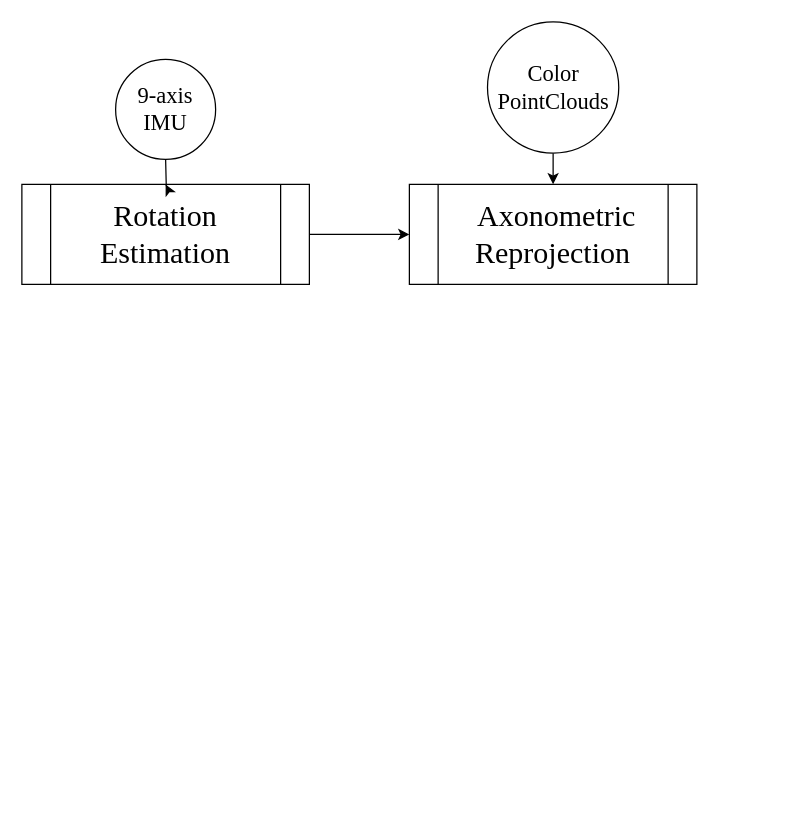
Above: masterthesis.drawio in yangzheng-yz/ni-rgbd-slam (draw.io), before the change. Source tidied: cells renumbered, new cells numbered last; positions are measured from the earlier drawing's top-left corner, leaving out a move shared by most shapes. Both pictures are drawn from the tidied source at 125%, with x=0, y=0 at pixel (21, 21).
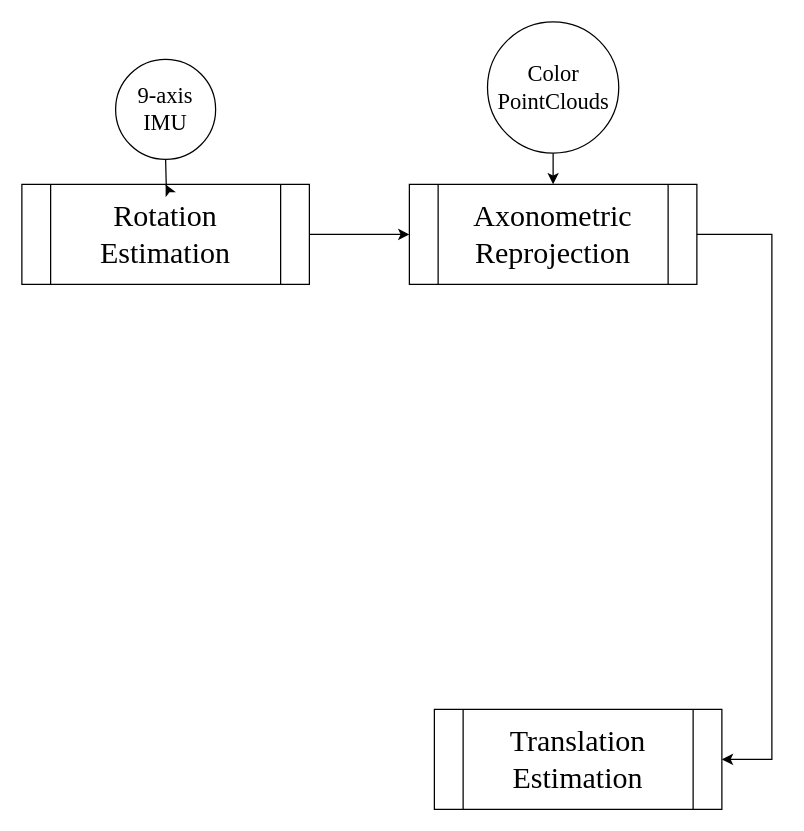
The same page after the edit.

Change to the diagram source:
```diff
@@
 <mxGraphModel>
   <root>
     <mxCell id="0" />
     <mxCell id="1" parent="0" />
     <mxCell id="2" style="edgeStyle=orthogonalEdgeStyle;rounded=0;jettySize=auto;html=1;fontFamily=Times New Roman;fontSize=18;" parent="1" edge="1" source="3" target="4">
       <mxGeometry relative="1" as="geometry" />
     </mxCell>
     <mxCell id="3" value="&lt;font style=&quot;font-size: 24px;&quot; face=&quot;Times New Roman&quot;&gt;&lt;font&gt;Rotation Estimation&lt;/font&gt;&lt;br&gt;&lt;/font&gt;" style="shape=process;whiteSpace=wrap;html=1;backgroundOutline=1;" parent="1" vertex="1">
       <mxGeometry y="130" width="230" height="80" as="geometry" />
     </mxCell>
-    <mxCell id="4" value="&lt;font style=&quot;font-size: 24px;&quot; face=&quot;Times New Roman&quot;&gt;&lt;font&gt;&amp;nbsp;Axonometric Reprojection&lt;br&gt;&lt;/font&gt;&lt;/font&gt;" style="shape=process;whiteSpace=wrap;html=1;backgroundOutline=1;" parent="1" vertex="1">
+    <mxCell id="4" value="&lt;div&gt;&lt;font style=&quot;font-size: 24px;&quot; face=&quot;Times New Roman&quot;&gt;&lt;font&gt;Axonometric&lt;/font&gt;&lt;/font&gt;&lt;/div&gt;&lt;div&gt;&lt;font style=&quot;font-size: 24px;&quot; face=&quot;Times New Roman&quot;&gt;&lt;font&gt;Reprojection&lt;/font&gt;&lt;/font&gt;&lt;/div&gt;" style="shape=process;whiteSpace=wrap;html=1;backgroundOutline=1;" parent="1" vertex="1">
       <mxGeometry x="310" y="130" width="230" height="80" as="geometry" />
     </mxCell>
     <mxCell id="5" style="edgeStyle=orthogonalEdgeStyle;rounded=0;jettySize=auto;html=1;fontFamily=Times New Roman;fontSize=18;" parent="1" edge="1" target="3">
       <mxGeometry relative="1" as="geometry">
         <mxPoint x="115" y="110" as="sourcePoint" />
       </mxGeometry>
     </mxCell>
     <mxCell id="6" value="&lt;div&gt;9-axis&lt;/div&gt;&lt;div&gt;IMU&lt;br&gt;&lt;/div&gt;" style="ellipse;whiteSpace=wrap;html=1;fontFamily=Times New Roman;fontSize=18;" parent="1" vertex="1">
       <mxGeometry x="75" y="30" width="80" height="80" as="geometry" />
     </mxCell>
     <mxCell id="7" style="edgeStyle=orthogonalEdgeStyle;rounded=0;jettySize=auto;html=1;fontFamily=Times New Roman;fontSize=18;" parent="1" edge="1" source="8" target="4">
       <mxGeometry relative="1" as="geometry" />
     </mxCell>
     <mxCell id="8" value="Color PointClouds" style="ellipse;whiteSpace=wrap;html=1;fontFamily=Times New Roman;fontSize=18;" parent="1" vertex="1">
       <mxGeometry x="372.5" width="105" height="105" as="geometry" />
     </mxCell>
+    <mxCell id="9" style="endArrow=classic;html=1;rounded=0;fontFamily=Times New Roman;fontSize=18;exitX=1;exitY=0.5;exitDx=0;exitDy=0;" parent="1" edge="1" source="4">
+      <mxGeometry relative="1" as="geometry">
+        <mxPoint x="560" y="590" as="targetPoint" />
+        <Array as="points">
+          <mxPoint x="600" y="170" />
+          <mxPoint x="600" y="590" />
+        </Array>
+      </mxGeometry>
+    </mxCell>
+    <mxCell id="10" value="&lt;div&gt;&lt;font style=&quot;font-size: 24px;&quot; face=&quot;Times New Roman&quot;&gt;Translation&lt;/font&gt;&lt;/div&gt;&lt;div&gt;&lt;font style=&quot;font-size: 24px;&quot; face=&quot;Times New Roman&quot;&gt;Estimation&lt;br&gt;&lt;/font&gt;&lt;/div&gt;" style="shape=process;whiteSpace=wrap;html=1;backgroundOutline=1;" parent="1" vertex="1">
+      <mxGeometry x="330" y="550" width="230" height="80" as="geometry" />
+    </mxCell>
   </root>
 </mxGraphModel>
```
